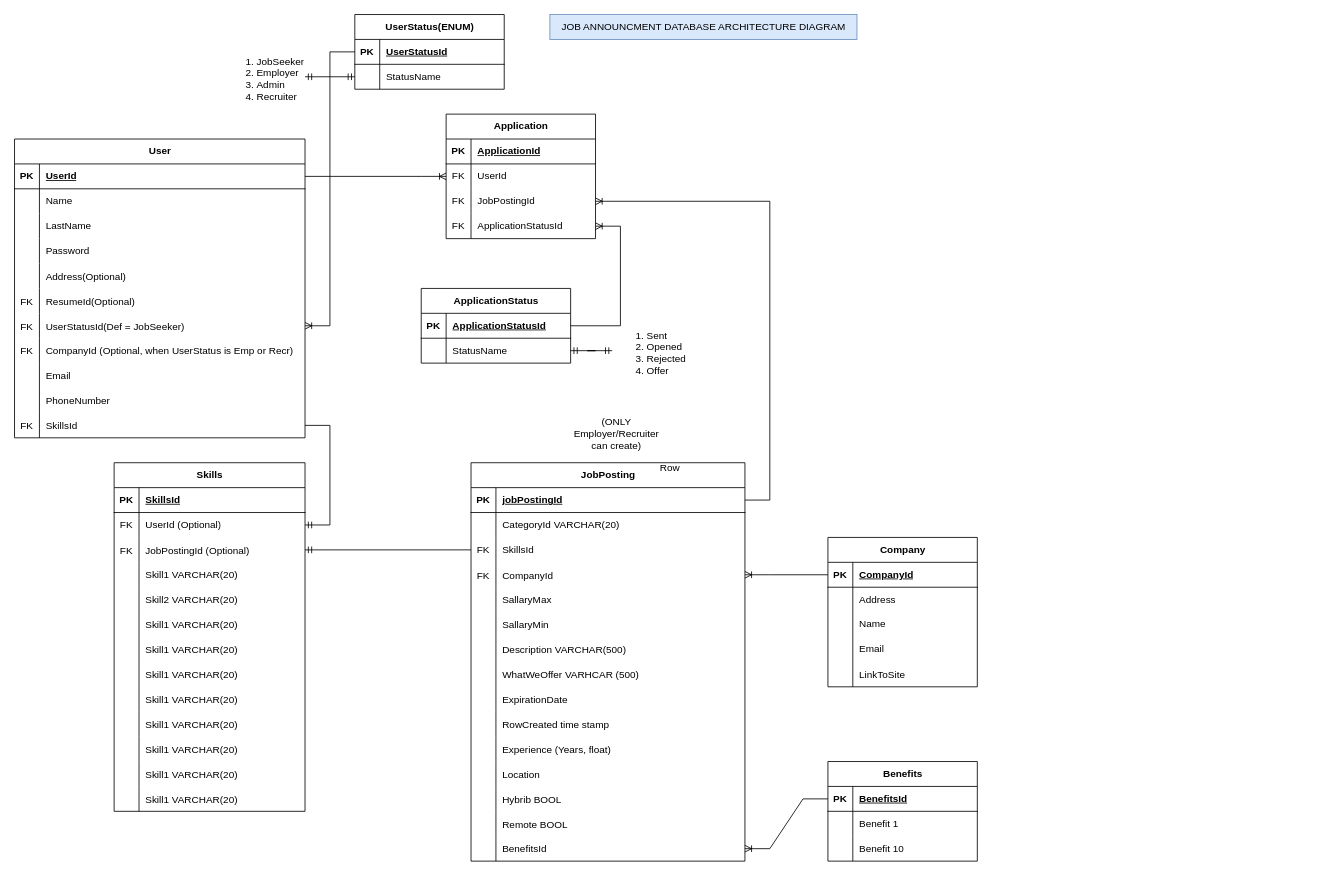
Earlier version of the draw.io diagram Database.drawio (dscsxzzz/JobAnnouncementApp). Source tidied: cells renumbered, new cells numbered last; positions are measured from the earlier drawing's top-left corner, leaving out a move shared by most shapes. Both pictures are drawn from the tidied source at 83%, with x=0, y=0 at pixel (14, 14).
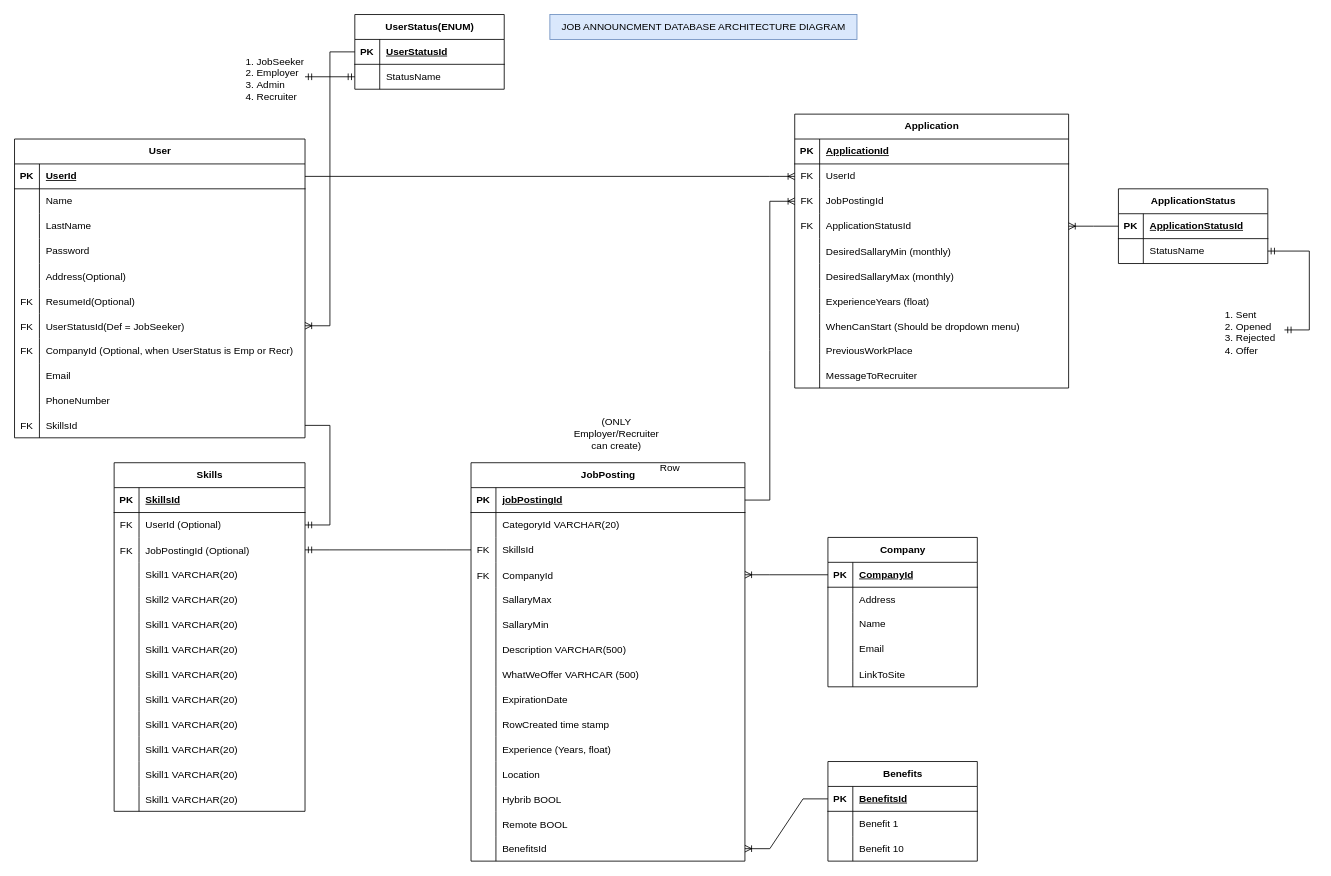
The same page after the edit.

Change to the diagram source:
```diff
@@
     <mxCell id="151" value="Application" style="shape=table;startSize=30;childLayout=tableLayout;rowLines=0;fontStyle=1;align=center;html=1;" parent="1" vertex="1">
-      <mxGeometry x="520" y="120" width="180" height="150" as="geometry" />
+      <mxGeometry x="940" y="120" width="330" height="330" as="geometry" />
     </mxCell>
     <mxCell id="152" style="shape=tableRow;horizontal=0;startSize=0;swimlaneHead=0;swimlaneBody=0;fillColor=none;top=0;left=0;right=0;bottom=1;" parent="151" vertex="1">
-      <mxGeometry y="30" width="180" height="30" as="geometry" />
+      <mxGeometry y="30" width="330" height="30" as="geometry" />
     </mxCell>
@@
     <mxCell id="154" value="ApplicationId" style="shape=partialRectangle;fillColor=none;top=0;left=0;bottom=0;right=0;align=left;spacingLeft=6;fontStyle=5;overflow=hidden;whiteSpace=wrap;html=1;" parent="152" vertex="1">
-      <mxGeometry x="30" width="150" height="30" as="geometry" />
+      <mxGeometry x="30" width="300" height="30" as="geometry" />
     </mxCell>
     <mxCell id="155" style="shape=tableRow;horizontal=0;startSize=0;swimlaneHead=0;swimlaneBody=0;fillColor=none;points=[[0,0.5],[1,0.5]];portConstraint=eastwest;top=0;left=0;right=0;bottom=0;" parent="151" vertex="1">
-      <mxGeometry y="60" width="180" height="30" as="geometry" />
+      <mxGeometry y="60" width="330" height="30" as="geometry" />
     </mxCell>
@@
     <mxCell id="157" value="UserId" style="shape=partialRectangle;fillColor=none;top=0;left=0;bottom=0;right=0;align=left;spacingLeft=6;overflow=hidden;whiteSpace=wrap;html=1;" parent="155" vertex="1">
-      <mxGeometry x="30" width="150" height="30" as="geometry" />
+      <mxGeometry x="30" width="300" height="30" as="geometry" />
     </mxCell>
     <mxCell id="158" style="shape=tableRow;horizontal=0;startSize=0;swimlaneHead=0;swimlaneBody=0;fillColor=none;points=[[0,0.5],[1,0.5]];portConstraint=eastwest;top=0;left=0;right=0;bottom=0;" parent="151" vertex="1">
-      <mxGeometry y="90" width="180" height="30" as="geometry" />
+      <mxGeometry y="90" width="330" height="30" as="geometry" />
     </mxCell>
@@
     <mxCell id="160" value="JobPostingId" style="shape=partialRectangle;fillColor=none;top=0;left=0;bottom=0;right=0;align=left;spacingLeft=6;overflow=hidden;whiteSpace=wrap;html=1;" parent="158" vertex="1">
-      <mxGeometry x="30" width="150" height="30" as="geometry" />
+      <mxGeometry x="30" width="300" height="30" as="geometry" />
     </mxCell>
     <mxCell id="161" style="shape=tableRow;horizontal=0;startSize=0;swimlaneHead=0;swimlaneBody=0;fillColor=none;points=[[0,0.5],[1,0.5]];portConstraint=eastwest;top=0;left=0;right=0;bottom=0;" parent="151" vertex="1">
-      <mxGeometry y="120" width="180" height="30" as="geometry" />
+      <mxGeometry y="120" width="330" height="30" as="geometry" />
     </mxCell>
@@
     <mxCell id="163" value="ApplicationStatusId" style="shape=partialRectangle;fillColor=none;top=0;left=0;bottom=0;right=0;align=left;spacingLeft=6;overflow=hidden;whiteSpace=wrap;html=1;" parent="161" vertex="1">
-      <mxGeometry x="30" width="150" height="30" as="geometry" />
+      <mxGeometry x="30" width="300" height="30" as="geometry" />
     </mxCell>
+    <mxCell id="193" style="shape=tableRow;horizontal=0;startSize=0;swimlaneHead=0;swimlaneBody=0;fillColor=none;top=0;left=0;right=0;bottom=0;" parent="151" vertex="1">
+      <mxGeometry y="150" width="330" height="30" as="geometry" />
+    </mxCell>
+    <mxCell id="194" style="shape=partialRectangle;fillColor=none;top=0;left=0;bottom=0;right=0;overflow=hidden;" parent="193" vertex="1">
+      <mxGeometry width="30" height="30" as="geometry" />
+    </mxCell>
+    <mxCell id="195" value="DesiredSallaryMin (monthly)" style="shape=partialRectangle;fillColor=none;top=0;left=0;bottom=0;right=0;align=left;spacingLeft=6;overflow=hidden;" parent="193" vertex="1">
+      <mxGeometry x="30" width="300" height="30" as="geometry" />
+    </mxCell>
+    <mxCell id="196" style="shape=tableRow;horizontal=0;startSize=0;swimlaneHead=0;swimlaneBody=0;fillColor=none;top=0;left=0;right=0;bottom=0;" parent="151" vertex="1">
+      <mxGeometry y="180" width="330" height="30" as="geometry" />
+    </mxCell>
+    <mxCell id="197" style="shape=partialRectangle;fillColor=none;top=0;left=0;bottom=0;right=0;overflow=hidden;" parent="196" vertex="1">
+      <mxGeometry width="30" height="30" as="geometry" />
+    </mxCell>
+    <mxCell id="198" value="DesiredSallaryMax (monthly)" style="shape=partialRectangle;fillColor=none;top=0;left=0;bottom=0;right=0;align=left;spacingLeft=6;overflow=hidden;" parent="196" vertex="1">
+      <mxGeometry x="30" width="300" height="30" as="geometry" />
+    </mxCell>
+    <mxCell id="199" style="shape=tableRow;horizontal=0;startSize=0;swimlaneHead=0;swimlaneBody=0;fillColor=none;top=0;left=0;right=0;bottom=0;" parent="151" vertex="1">
+      <mxGeometry y="210" width="330" height="30" as="geometry" />
+    </mxCell>
+    <mxCell id="200" style="shape=partialRectangle;fillColor=none;top=0;left=0;bottom=0;right=0;overflow=hidden;" parent="199" vertex="1">
+      <mxGeometry width="30" height="30" as="geometry" />
+    </mxCell>
+    <mxCell id="201" value="ExperienceYears (float)" style="shape=partialRectangle;fillColor=none;top=0;left=0;bottom=0;right=0;align=left;spacingLeft=6;overflow=hidden;" parent="199" vertex="1">
+      <mxGeometry x="30" width="300" height="30" as="geometry" />
+    </mxCell>
+    <mxCell id="202" style="shape=tableRow;horizontal=0;startSize=0;swimlaneHead=0;swimlaneBody=0;fillColor=none;top=0;left=0;right=0;bottom=0;" parent="151" vertex="1">
+      <mxGeometry y="240" width="330" height="30" as="geometry" />
+    </mxCell>
+    <mxCell id="203" style="shape=partialRectangle;fillColor=none;top=0;left=0;bottom=0;right=0;overflow=hidden;" parent="202" vertex="1">
+      <mxGeometry width="30" height="30" as="geometry" />
+    </mxCell>
+    <mxCell id="204" value="WhenCanStart (Should be dropdown menu)" style="shape=partialRectangle;fillColor=none;top=0;left=0;bottom=0;right=0;align=left;spacingLeft=6;overflow=hidden;" parent="202" vertex="1">
+      <mxGeometry x="30" width="300" height="30" as="geometry" />
+    </mxCell>
+    <mxCell id="205" style="shape=tableRow;horizontal=0;startSize=0;swimlaneHead=0;swimlaneBody=0;fillColor=none;top=0;left=0;right=0;bottom=0;" parent="151" vertex="1">
+      <mxGeometry y="270" width="330" height="30" as="geometry" />
+    </mxCell>
+    <mxCell id="206" style="shape=partialRectangle;fillColor=none;top=0;left=0;bottom=0;right=0;overflow=hidden;" parent="205" vertex="1">
+      <mxGeometry width="30" height="30" as="geometry" />
+    </mxCell>
+    <mxCell id="207" value="PreviousWorkPlace" style="shape=partialRectangle;fillColor=none;top=0;left=0;bottom=0;right=0;align=left;spacingLeft=6;overflow=hidden;" parent="205" vertex="1">
+      <mxGeometry x="30" width="300" height="30" as="geometry" />
+    </mxCell>
+    <mxCell id="208" style="shape=tableRow;horizontal=0;startSize=0;swimlaneHead=0;swimlaneBody=0;fillColor=none;top=0;left=0;right=0;bottom=0;" parent="151" vertex="1">
+      <mxGeometry y="300" width="330" height="30" as="geometry" />
+    </mxCell>
+    <mxCell id="209" style="shape=partialRectangle;fillColor=none;top=0;left=0;bottom=0;right=0;overflow=hidden;" parent="208" vertex="1">
+      <mxGeometry width="30" height="30" as="geometry" />
+    </mxCell>
+    <mxCell id="210" value="MessageToRecruiter" style="shape=partialRectangle;fillColor=none;top=0;left=0;bottom=0;right=0;align=left;spacingLeft=6;overflow=hidden;" parent="208" vertex="1">
+      <mxGeometry x="30" width="300" height="30" as="geometry" />
+    </mxCell>
@@
     <mxCell id="166" value="&lt;ol&gt;&lt;li&gt;Sent&lt;/li&gt;&lt;li&gt;Opened&lt;/li&gt;&lt;li&gt;Rejected&lt;/li&gt;&lt;li&gt;Offer&lt;/li&gt;&lt;/ol&gt;" style="text;strokeColor=none;fillColor=none;html=1;whiteSpace=wrap;verticalAlign=middle;overflow=hidden;" parent="1" vertex="1">
-      <mxGeometry x="720" y="365" width="100" height="80" as="geometry" />
+      <mxGeometry x="1430" y="340" width="100" height="80" as="geometry" />
     </mxCell>
     <mxCell id="167" value="ApplicationStatus" style="shape=table;startSize=30;childLayout=tableLayout;rowLines=0;fontStyle=1;align=center;html=1;" parent="1" vertex="1">
-      <mxGeometry x="490" y="330" width="180" height="90" as="geometry" />
+      <mxGeometry x="1330" y="210" width="180" height="90" as="geometry" />
     </mxCell>
```
